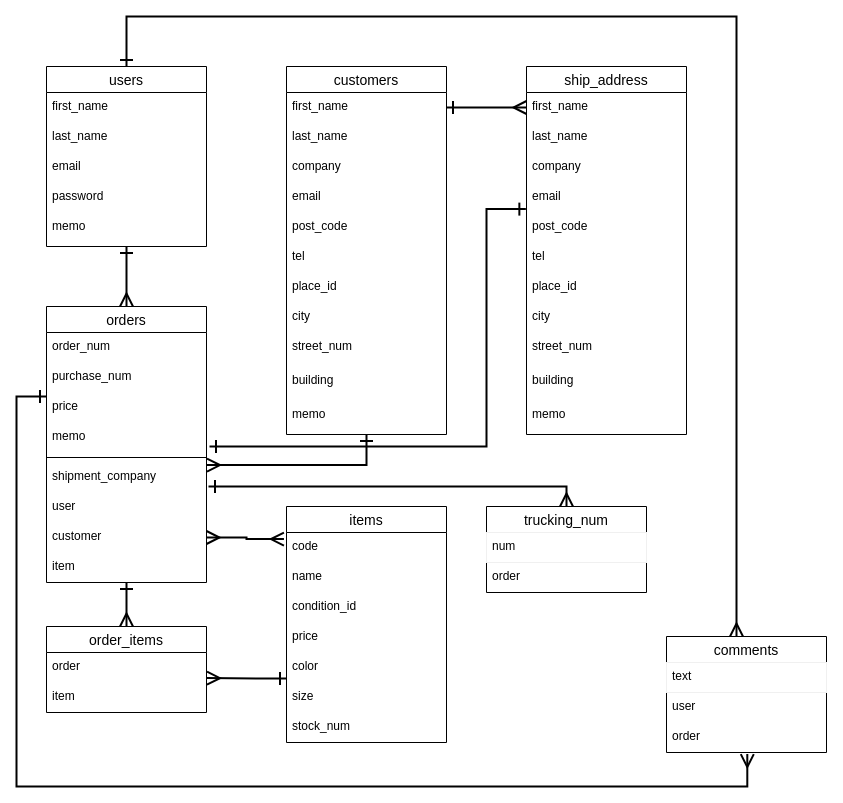
Before: ER.dio in yamamo1984/ds_order_management_ver1, a draw.io diagram. Source tidied: cells renumbered, new cells numbered last; positions are measured from the earlier drawing's top-left corner, leaving out a move shared by most shapes. Both pictures are drawn from the tidied source at 100%, with x=0, y=0 at pixel (16, 16).
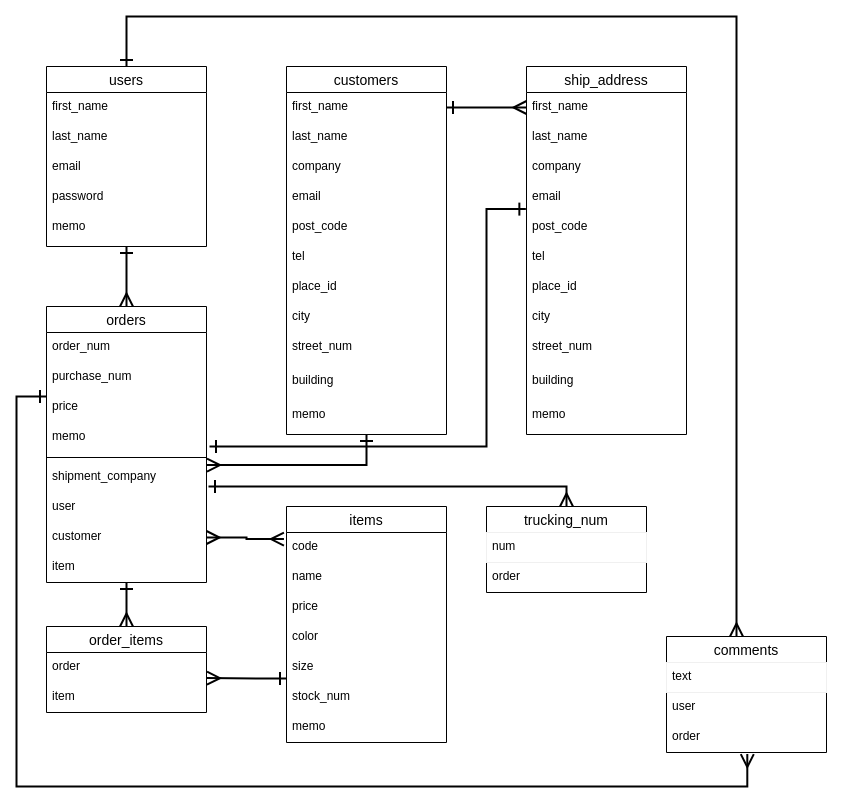
Above is the later version.

The change refers to these unchanged cells:
```xml
<mxCell id="48" value="items" style="swimlane;fontStyle=0;horizontal=1;startSize=26;align=center;fontSize=14;" parent="1" vertex="1">
  <mxGeometry x="270" y="490" width="160" height="236" as="geometry" />
</mxCell>
```

What changed in the source:
```diff
@@
-    <mxCell id="51" value="condition_id" style="text;strokeColor=none;fillColor=none;spacingLeft=4;spacingRight=4;overflow=hidden;fontSize=12;" parent="48" vertex="1">
-      <mxGeometry y="86" width="160" height="30" as="geometry" />
-    </mxCell>
     <mxCell id="52" value="price" style="text;strokeColor=none;fillColor=none;spacingLeft=4;spacingRight=4;overflow=hidden;fontSize=12;" parent="48" vertex="1">
-      <mxGeometry y="116" width="160" height="30" as="geometry" />
+      <mxGeometry y="86" width="160" height="30" as="geometry" />
     </mxCell>
     <mxCell id="53" value="color" style="text;strokeColor=none;fillColor=none;spacingLeft=4;spacingRight=4;overflow=hidden;fontSize=12;" parent="48" vertex="1">
-      <mxGeometry y="146" width="160" height="30" as="geometry" />
+      <mxGeometry y="116" width="160" height="30" as="geometry" />
     </mxCell>
     <mxCell id="54" value="size" style="text;strokeColor=none;fillColor=none;spacingLeft=4;spacingRight=4;overflow=hidden;fontSize=12;" parent="48" vertex="1">
-      <mxGeometry y="176" width="160" height="30" as="geometry" />
+      <mxGeometry y="146" width="160" height="30" as="geometry" />
     </mxCell>
     <mxCell id="55" value="stock_num" style="text;strokeColor=none;fillColor=none;spacingLeft=4;spacingRight=4;overflow=hidden;fontSize=12;" parent="48" vertex="1">
-      <mxGeometry y="206" width="160" height="30" as="geometry" />
+      <mxGeometry y="176" width="160" height="30" as="geometry" />
     </mxCell>
+    <mxCell id="70" value="memo" style="text;strokeColor=none;fillColor=none;spacingLeft=4;spacingRight=4;overflow=hidden;fontSize=12;" parent="48" vertex="1">
+      <mxGeometry y="206" width="160" height="30" as="geometry" />
+    </mxCell>
```
